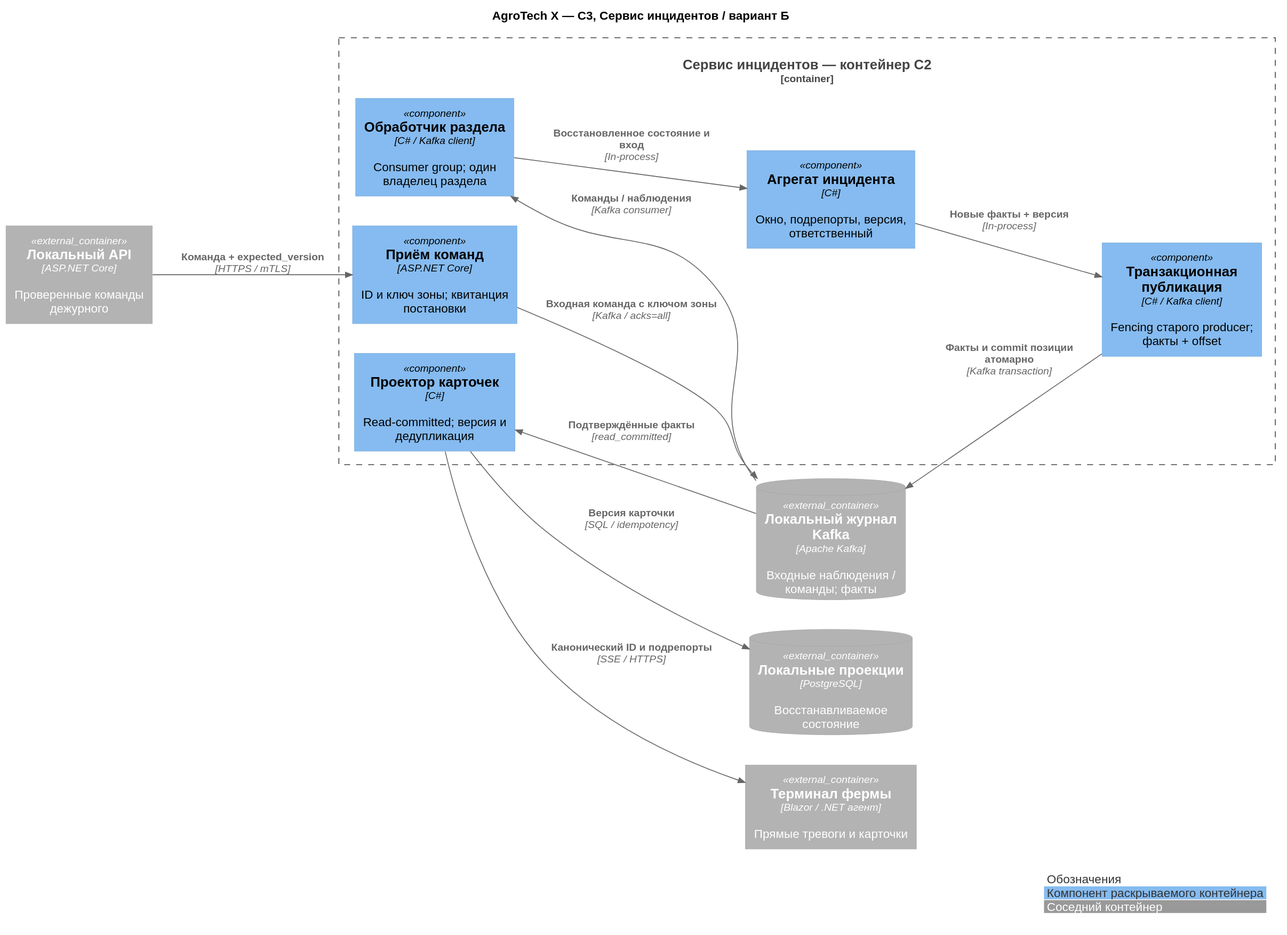
Before: Task3/diagrams/c3-incidents-b.svg, a diagram exported from PlantUML (rozhkovsvyat/MSA-AgroTech). Its diagram source:
```plantuml
@startuml
!define RELATIVE_INCLUDE true
!include ../../diagrams/vendor/c4-plantuml/C4_Component.puml
LAYOUT_LEFT_RIGHT()
skinparam defaultFontName Arial
skinparam dpi 110
skinparam nodesep 35
skinparam ranksep 65
show stereotype
title AgroTech X — C3, Сервис инцидентов / вариант Б
Container_Ext(api, "Локальный API", "ASP.NET Core", "Проверенные команды дежурного")
Container_Ext(ui, "Терминал фермы", "Blazor / .NET агент", "Прямые тревоги и карточки")
ContainerDb_Ext(bus, "Локальный журнал Kafka", "Apache Kafka", "Входные наблюдения / команды; факты")
ContainerDb_Ext(proj, "Локальные проекции", "PostgreSQL", "Восстанавливаемое состояние")
Container_Boundary(svc, "Сервис инцидентов — контейнер C2") {
 Component(ingress, "Приём команд", "ASP.NET Core", "ID и ключ зоны; квитанция постановки")
 Component(worker, "Обработчик раздела", "C# / Kafka client", "Consumer group; один владелец раздела")
 Component(domain, "Агрегат инцидента", "C#", "Окно, подрепорты, версия, ответственный")
 Component(tx, "Транзакционная публикация", "C# / Kafka client", "Fencing старого producer; факты + offset")
 Component(project, "Проектор карточек", "C#", "Read-committed; версия и дедупликация")
}
Rel(api, ingress, "Команда + expected_version", "HTTPS / mTLS")
Rel(ingress, bus, "Входная команда с ключом зоны", "Kafka / acks=all")
Rel(bus, worker, "Команды / наблюдения", "Kafka consumer")
Rel(worker, domain, "Восстановленное состояние и вход", "In-process")
Rel(domain, tx, "Новые факты + версия", "In-process")
Rel(tx, bus, "Факты и commit позиции атомарно", "Kafka transaction")
Rel(bus, project, "Подтверждённые факты", "read_committed")
Rel(project, proj, "Версия карточки", "SQL / idempotency")
Rel(project, ui, "Канонический ID и подрепорты", "SSE / HTTPS")
legend right
|<#FFFFFF><color:#333333> Обозначения |
|<#85BBF0><color:#333333> Компонент раскрываемого контейнера |
|<#999999><color:white> Соседний контейнер |
endlegend
@enduml
```
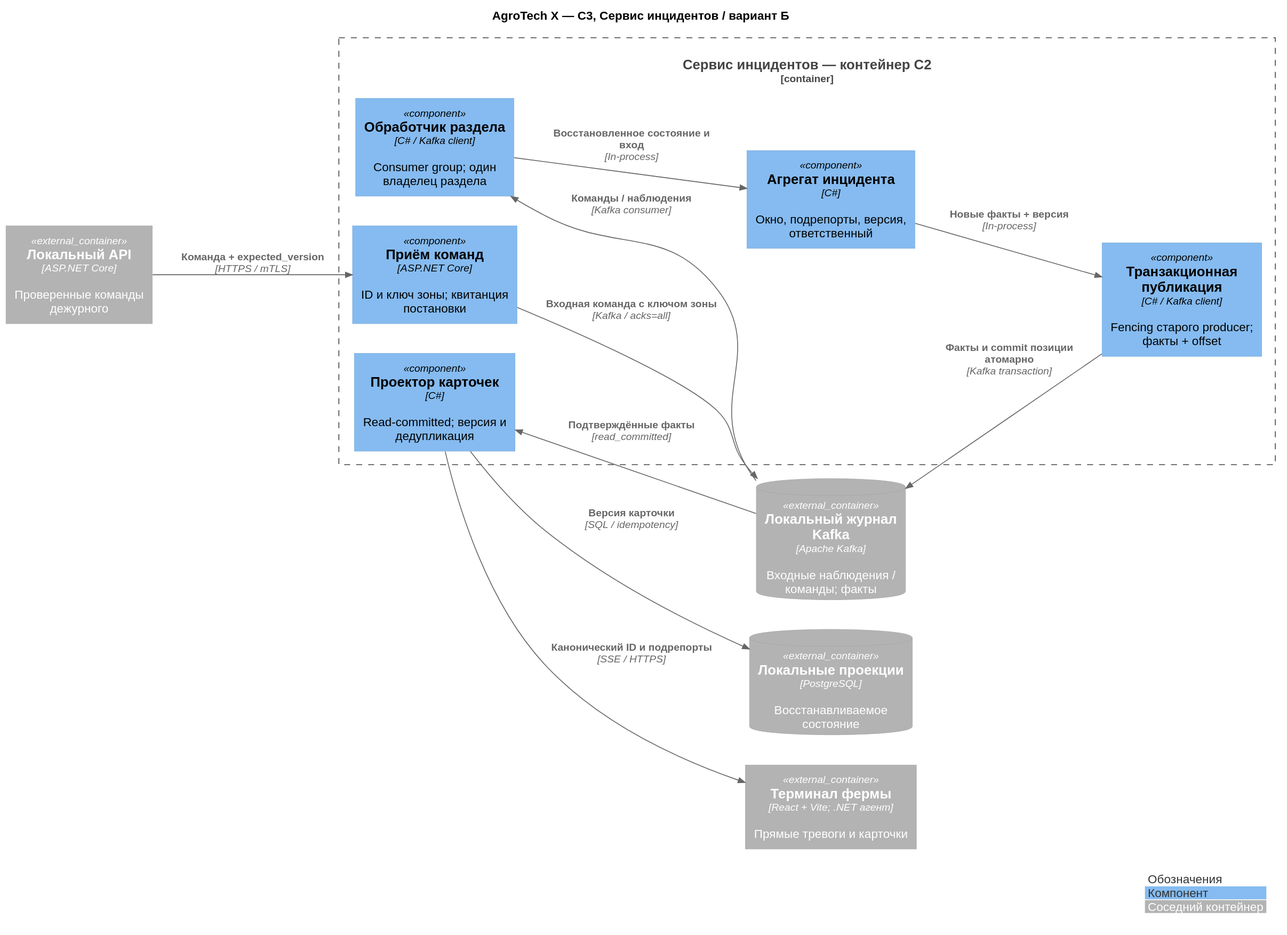
The same file after the commit.

What changed in the source:
```diff
@@ -9,7 +9,7 @@
 show stereotype
 title AgroTech X — C3, Сервис инцидентов / вариант Б
 Container_Ext(api, "Локальный API", "ASP.NET Core", "Проверенные команды дежурного")
-Container_Ext(ui, "Терминал фермы", "Blazor / .NET агент", "Прямые тревоги и карточки")
+Container_Ext(ui, "Терминал фермы", "React + Vite; .NET агент", "Прямые тревоги и карточки")
 ContainerDb_Ext(bus, "Локальный журнал Kafka", "Apache Kafka", "Входные наблюдения / команды; факты")
 ContainerDb_Ext(proj, "Локальные проекции", "PostgreSQL", "Восстанавливаемое состояние")
 Container_Boundary(svc, "Сервис инцидентов — контейнер C2") {
@@ -30,7 +30,7 @@
 Rel(project, ui, "Канонический ID и подрепорты", "SSE / HTTPS")
 legend right
 |<#FFFFFF><color:#333333> Обозначения |
-|<#85BBF0><color:#333333> Компонент раскрываемого контейнера |
-|<#999999><color:white> Соседний контейнер |
+|<#85BBF0><color:#333333> Компонент |
+|<#B3B3B3><color:white> Соседний контейнер |
 endlegend
 @enduml
```
